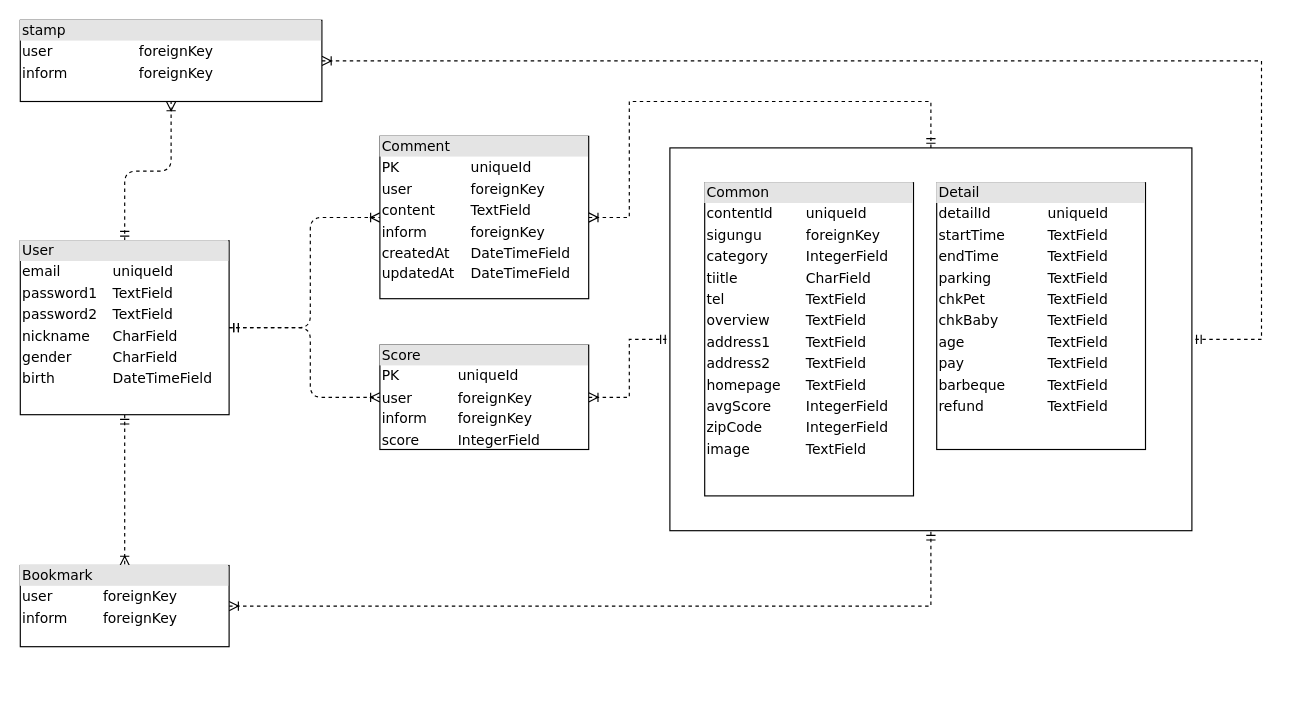
Earlier version of the draw.io diagram TravelDB.drawio (chelseashin/Travel_To_Korea). Source tidied: cells renumbered, new cells numbered last; positions are measured from the earlier drawing's top-left corner, leaving out a move shared by most shapes. Both pictures are drawn from the tidied source at 116%, with x=0, y=0 at pixel (20, 20).
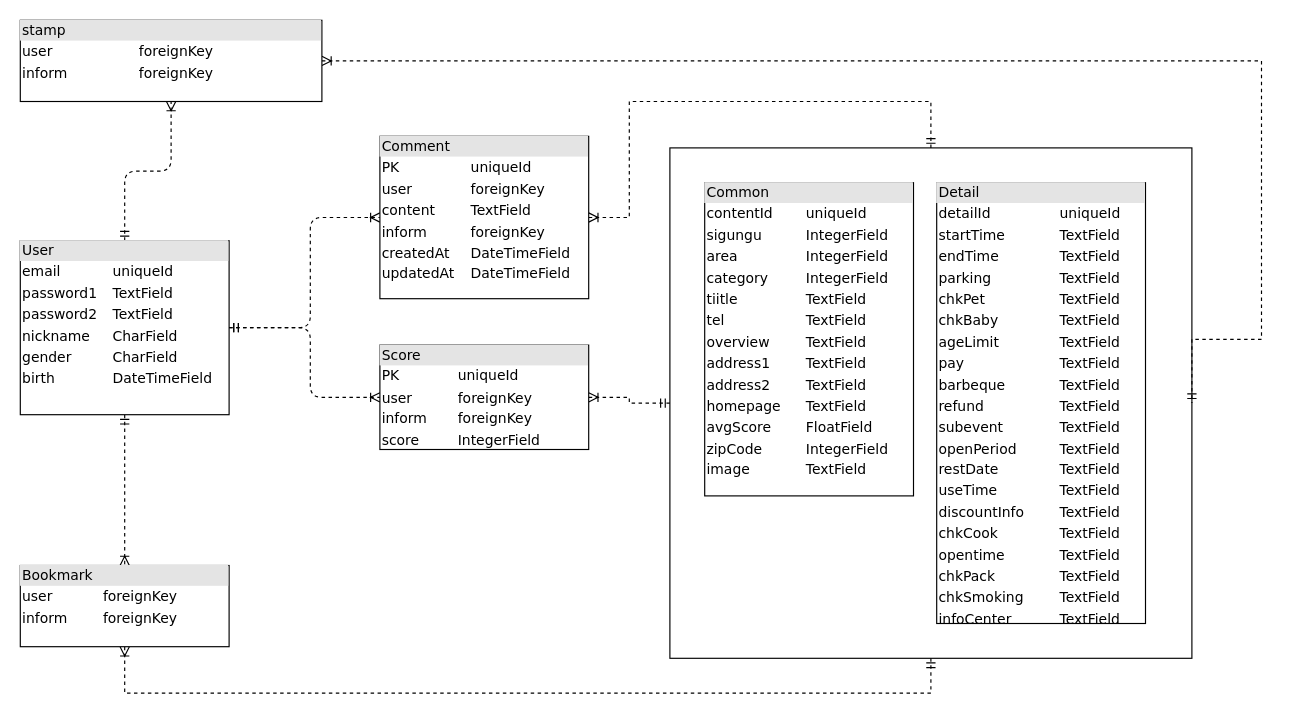
The same page after the edit.

Commit message (it also covers changes not shown here):
DB detail model 수정|draw.io 수정

Unchanged cells that the change refers to:
```xml
<mxCell id="10" value="&lt;div style=&quot;box-sizing: border-box ; width: 100% ; background: #e4e4e4 ; padding: 2px&quot;&gt;Bookmark&lt;/div&gt;&lt;table style=&quot;width: 100% ; font-size: 1em&quot; cellpadding=&quot;2&quot; cellspacing=&quot;0&quot;&gt;&lt;tbody&gt;&lt;tr&gt;&lt;td&gt;user&lt;/td&gt;&lt;td&gt;foreignKey&lt;/td&gt;&lt;/tr&gt;&lt;tr&gt;&lt;td&gt;inform&lt;/td&gt;&lt;td&gt;foreignKey&lt;/td&gt;&lt;/tr&gt;&lt;/tbody&gt;&lt;/table&gt;" style="verticalAlign=top;align=left;overflow=fill;html=1;rounded=0;shadow=0;comic=0;labelBackgroundColor=none;strokeColor=#000000;strokeWidth=1;fillColor=#ffffff;fontFamily=Verdana;fontSize=12;fontColor=#000000;" parent="1" vertex="1">
  <mxGeometry y="470" width="180" height="70" as="geometry" />
</mxCell>
```

The edit, as a diff of the source:
```diff
@@
     <mxCell id="2" style="rounded=0;whiteSpace=wrap;html=1;fillColor=none;" parent="1" vertex="1">
-      <mxGeometry x="560" y="110" width="450" height="330" as="geometry" />
+      <mxGeometry x="560" y="110" width="450" height="440" as="geometry" />
     </mxCell>
@@
-    <mxCell id="9" style="edgeStyle=orthogonalEdgeStyle;rounded=0;jettySize=auto;html=1;exitX=1;exitY=0.5;exitDx=0;exitDy=0;entryX=0.5;entryY=1;entryDx=0;entryDy=0;dashed=1;startArrow=ERoneToMany;startFill=0;endArrow=ERmandOne;endFill=0;" parent="1" edge="1" source="10" target="2">
-      <mxGeometry relative="1" as="geometry" />
+    <mxCell id="9" style="edgeStyle=orthogonalEdgeStyle;rounded=0;jettySize=auto;html=1;exitX=0.5;exitY=1;exitDx=0;exitDy=0;entryX=0.5;entryY=1;entryDx=0;entryDy=0;dashed=1;startArrow=ERoneToMany;startFill=0;endArrow=ERmandOne;endFill=0;" parent="1" edge="1" source="10" target="2">
+      <mxGeometry relative="1" as="geometry">
+        <Array as="points">
+          <mxPoint x="90" y="580" />
+          <mxPoint x="785" y="580" />
+        </Array>
+      </mxGeometry>
     </mxCell>
@@
-    <mxCell id="16" value="&lt;div style=&quot;box-sizing: border-box ; width: 100% ; background: #e4e4e4 ; padding: 2px&quot;&gt;Common&lt;/div&gt;&lt;table style=&quot;width: 100% ; font-size: 1em&quot; cellpadding=&quot;2&quot; cellspacing=&quot;0&quot;&gt;&lt;tbody&gt;&lt;tr&gt;&lt;td&gt;contentId&lt;/td&gt;&lt;td&gt;uniqueId&lt;/td&gt;&lt;/tr&gt;&lt;tr&gt;&lt;td&gt;sigungu&lt;/td&gt;&lt;td&gt;foreignKey&lt;/td&gt;&lt;/tr&gt;&lt;tr&gt;&lt;td&gt;category&lt;/td&gt;&lt;td&gt;IntegerField&lt;/td&gt;&lt;/tr&gt;&lt;tr&gt;&lt;td&gt;tiitle&lt;/td&gt;&lt;td&gt;CharField&lt;/td&gt;&lt;/tr&gt;&lt;tr&gt;&lt;td&gt;tel&lt;/td&gt;&lt;td&gt;TextField&lt;/td&gt;&lt;/tr&gt;&lt;tr&gt;&lt;td&gt;overview&lt;/td&gt;&lt;td&gt;TextField&lt;/td&gt;&lt;/tr&gt;&lt;tr&gt;&lt;td&gt;address1&lt;/td&gt;&lt;td&gt;TextField&lt;/td&gt;&lt;/tr&gt;&lt;tr&gt;&lt;td&gt;address2&lt;/td&gt;&lt;td&gt;TextField&lt;/td&gt;&lt;/tr&gt;&lt;tr&gt;&lt;td&gt;homepage&lt;/td&gt;&lt;td&gt;TextField&lt;/td&gt;&lt;/tr&gt;&lt;tr&gt;&lt;td&gt;avgScore&lt;/td&gt;&lt;td&gt;IntegerField&lt;/td&gt;&lt;/tr&gt;&lt;tr&gt;&lt;td&gt;zipCode&lt;/td&gt;&lt;td&gt;IntegerField&lt;/td&gt;&lt;/tr&gt;&lt;tr&gt;&lt;td&gt;image&lt;/td&gt;&lt;td&gt;TextField&lt;/td&gt;&lt;/tr&gt;&lt;/tbody&gt;&lt;/table&gt;" style="verticalAlign=top;align=left;overflow=fill;html=1;rounded=0;shadow=0;comic=0;labelBackgroundColor=none;strokeColor=#000000;strokeWidth=1;fillColor=#ffffff;fontFamily=Verdana;fontSize=12;fontColor=#000000;" parent="1" vertex="1">
+    <mxCell id="16" value="&lt;div style=&quot;box-sizing: border-box ; width: 100% ; background: #e4e4e4 ; padding: 2px&quot;&gt;Common&lt;/div&gt;&lt;table style=&quot;width: 100% ; font-size: 1em&quot; cellpadding=&quot;2&quot; cellspacing=&quot;0&quot;&gt;&lt;tbody&gt;&lt;tr&gt;&lt;td&gt;contentId&lt;/td&gt;&lt;td&gt;uniqueId&lt;/td&gt;&lt;/tr&gt;&lt;tr&gt;&lt;td&gt;sigungu&lt;/td&gt;&lt;td&gt;IntegerField&lt;/td&gt;&lt;/tr&gt;&lt;tr&gt;&lt;td&gt;area&lt;/td&gt;&lt;td&gt;IntegerField&lt;/td&gt;&lt;/tr&gt;&lt;tr&gt;&lt;td&gt;category&lt;/td&gt;&lt;td&gt;IntegerField&lt;/td&gt;&lt;/tr&gt;&lt;tr&gt;&lt;td&gt;tiitle&lt;/td&gt;&lt;td&gt;TextField&lt;/td&gt;&lt;/tr&gt;&lt;tr&gt;&lt;td&gt;tel&lt;/td&gt;&lt;td&gt;TextField&lt;/td&gt;&lt;/tr&gt;&lt;tr&gt;&lt;td&gt;overview&lt;/td&gt;&lt;td&gt;TextField&lt;/td&gt;&lt;/tr&gt;&lt;tr&gt;&lt;td&gt;address1&lt;/td&gt;&lt;td&gt;TextField&lt;/td&gt;&lt;/tr&gt;&lt;tr&gt;&lt;td&gt;address2&lt;/td&gt;&lt;td&gt;TextField&lt;/td&gt;&lt;/tr&gt;&lt;tr&gt;&lt;td&gt;homepage&lt;/td&gt;&lt;td&gt;TextField&lt;/td&gt;&lt;/tr&gt;&lt;tr&gt;&lt;td&gt;avgScore&lt;/td&gt;&lt;td&gt;FloatField&lt;/td&gt;&lt;/tr&gt;&lt;tr&gt;&lt;td&gt;zipCode&lt;/td&gt;&lt;td&gt;IntegerField&lt;/td&gt;&lt;/tr&gt;&lt;tr&gt;&lt;td&gt;image&lt;/td&gt;&lt;td&gt;TextField&lt;/td&gt;&lt;/tr&gt;&lt;/tbody&gt;&lt;/table&gt;" style="verticalAlign=top;align=left;overflow=fill;html=1;rounded=0;shadow=0;comic=0;labelBackgroundColor=none;strokeColor=#000000;strokeWidth=1;fillColor=#ffffff;fontFamily=Verdana;fontSize=12;fontColor=#000000;" parent="1" vertex="1">
       <mxGeometry x="590" y="140" width="180" height="270" as="geometry" />
     </mxCell>
-    <mxCell id="17" value="&lt;div style=&quot;box-sizing: border-box ; width: 100% ; background: #e4e4e4 ; padding: 2px&quot;&gt;Detail&lt;/div&gt;&lt;table style=&quot;width: 100% ; font-size: 1em&quot; cellpadding=&quot;2&quot; cellspacing=&quot;0&quot;&gt;&lt;tbody&gt;&lt;tr&gt;&lt;td&gt;detailId&lt;/td&gt;&lt;td&gt;uniqueId&lt;/td&gt;&lt;/tr&gt;&lt;tr&gt;&lt;td&gt;startTime&lt;/td&gt;&lt;td&gt;TextField&lt;/td&gt;&lt;/tr&gt;&lt;tr&gt;&lt;td&gt;endTime&lt;/td&gt;&lt;td&gt;TextField&lt;/td&gt;&lt;/tr&gt;&lt;tr&gt;&lt;td&gt;parking&lt;/td&gt;&lt;td&gt;TextField&lt;/td&gt;&lt;/tr&gt;&lt;tr&gt;&lt;td&gt;chkPet&lt;/td&gt;&lt;td&gt;TextField&lt;/td&gt;&lt;/tr&gt;&lt;tr&gt;&lt;td&gt;chkBaby&lt;/td&gt;&lt;td&gt;TextField&lt;/td&gt;&lt;/tr&gt;&lt;tr&gt;&lt;td&gt;age&lt;/td&gt;&lt;td&gt;TextField&lt;/td&gt;&lt;/tr&gt;&lt;tr&gt;&lt;td&gt;pay&lt;/td&gt;&lt;td&gt;TextField&lt;/td&gt;&lt;/tr&gt;&lt;tr&gt;&lt;td&gt;barbeque&lt;/td&gt;&lt;td&gt;TextField&lt;/td&gt;&lt;/tr&gt;&lt;tr&gt;&lt;td&gt;refund&lt;/td&gt;&lt;td&gt;TextField&lt;/td&gt;&lt;/tr&gt;&lt;/tbody&gt;&lt;/table&gt;" style="verticalAlign=top;align=left;overflow=fill;html=1;rounded=0;shadow=0;comic=0;labelBackgroundColor=none;strokeColor=#000000;strokeWidth=1;fillColor=#ffffff;fontFamily=Verdana;fontSize=12;fontColor=#000000;" parent="1" vertex="1">
-      <mxGeometry x="790" y="140" width="180" height="230" as="geometry" />
+    <mxCell id="17" value="&lt;div style=&quot;box-sizing: border-box ; width: 100% ; background: #e4e4e4 ; padding: 2px&quot;&gt;Detail&lt;/div&gt;&lt;table style=&quot;width: 100% ; font-size: 1em&quot; cellpadding=&quot;2&quot; cellspacing=&quot;0&quot;&gt;&lt;tbody&gt;&lt;tr&gt;&lt;td&gt;detailId&lt;/td&gt;&lt;td&gt;uniqueId&lt;/td&gt;&lt;/tr&gt;&lt;tr&gt;&lt;td&gt;startTime&lt;/td&gt;&lt;td&gt;TextField&lt;/td&gt;&lt;/tr&gt;&lt;tr&gt;&lt;td&gt;endTime&lt;/td&gt;&lt;td&gt;TextField&lt;/td&gt;&lt;/tr&gt;&lt;tr&gt;&lt;td&gt;parking&lt;/td&gt;&lt;td&gt;TextField&lt;/td&gt;&lt;/tr&gt;&lt;tr&gt;&lt;td&gt;chkPet&lt;/td&gt;&lt;td&gt;TextField&lt;/td&gt;&lt;/tr&gt;&lt;tr&gt;&lt;td&gt;chkBaby&lt;/td&gt;&lt;td&gt;TextField&lt;/td&gt;&lt;/tr&gt;&lt;tr&gt;&lt;td&gt;ageLimit&lt;/td&gt;&lt;td&gt;TextField&lt;/td&gt;&lt;/tr&gt;&lt;tr&gt;&lt;td&gt;pay&lt;/td&gt;&lt;td&gt;TextField&lt;/td&gt;&lt;/tr&gt;&lt;tr&gt;&lt;td&gt;barbeque&lt;/td&gt;&lt;td&gt;TextField&lt;/td&gt;&lt;/tr&gt;&lt;tr&gt;&lt;td&gt;refund&lt;/td&gt;&lt;td&gt;TextField&lt;/td&gt;&lt;/tr&gt;&lt;tr&gt;&lt;td&gt;subevent&lt;/td&gt;&lt;td&gt;TextField&lt;/td&gt;&lt;/tr&gt;&lt;tr&gt;&lt;td&gt;openPeriod&lt;/td&gt;&lt;td&gt;TextField&lt;br&gt;&lt;/td&gt;&lt;/tr&gt;&lt;tr&gt;&lt;td&gt;restDate&lt;/td&gt;&lt;td&gt;TextField&lt;br&gt;&lt;/td&gt;&lt;/tr&gt;&lt;tr&gt;&lt;td&gt;useTime&lt;/td&gt;&lt;td&gt;TextField&lt;br&gt;&lt;/td&gt;&lt;/tr&gt;&lt;tr&gt;&lt;td&gt;discountInfo&lt;/td&gt;&lt;td&gt;TextField&lt;br&gt;&lt;/td&gt;&lt;/tr&gt;&lt;tr&gt;&lt;td&gt;chkCook&lt;/td&gt;&lt;td&gt;TextField&lt;br&gt;&lt;/td&gt;&lt;/tr&gt;&lt;tr&gt;&lt;td&gt;opentime&lt;/td&gt;&lt;td&gt;TextField&lt;br&gt;&lt;/td&gt;&lt;/tr&gt;&lt;tr&gt;&lt;td&gt;chkPack&lt;/td&gt;&lt;td&gt;TextField&lt;br&gt;&lt;/td&gt;&lt;/tr&gt;&lt;tr&gt;&lt;td&gt;chkSmoking&lt;/td&gt;&lt;td&gt;TextField&lt;br&gt;&lt;/td&gt;&lt;/tr&gt;&lt;tr&gt;&lt;td&gt;infoCenter&lt;/td&gt;&lt;td&gt;TextField&lt;br&gt;&lt;/td&gt;&lt;/tr&gt;&lt;/tbody&gt;&lt;/table&gt;" style="verticalAlign=top;align=left;overflow=fill;html=1;rounded=0;shadow=0;comic=0;labelBackgroundColor=none;strokeColor=#000000;strokeWidth=1;fillColor=#ffffff;fontFamily=Verdana;fontSize=12;fontColor=#000000;" parent="1" vertex="1">
+      <mxGeometry x="790" y="140" width="180" height="380" as="geometry" />
     </mxCell>
```
